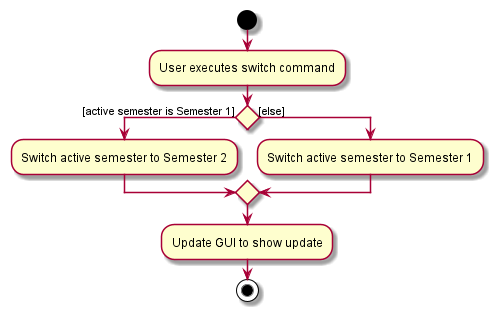
The PlantUML diagram docs/images/SwitchActivityDiagram.png in nus-cs2103-AY2021S1/tp, before a commit.
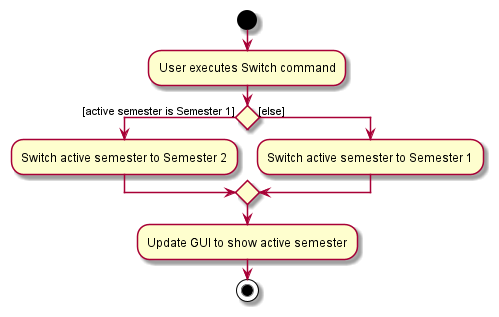
Above is the later version.

Change to the diagram source:
```diff
@@ -1,11 +1,11 @@
 @startuml
 start
-:User executes switch command;
+:User executes Switch command;
 if () then ([active semester is Semester 1])
 :Switch active semester to Semester 2;
 else ([else])
 :Switch active semester to Semester 1;
 endif
-:Update GUI to show update;
+:Update GUI to show active semester;
 stop
 @enduml
```
